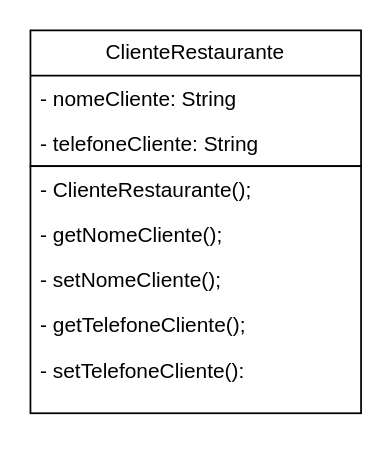
This is UMLs/ClienteRestaurante.drawio from Gotoxico/RestaurantePOO2, a draw.io file, before an edit. Source tidied: cells renumbered, new cells numbered last; positions are measured from the earlier drawing's top-left corner, leaving out a move shared by most shapes. Both pictures are drawn from the tidied source at 174%, with x=0, y=0 at pixel (30, 30).
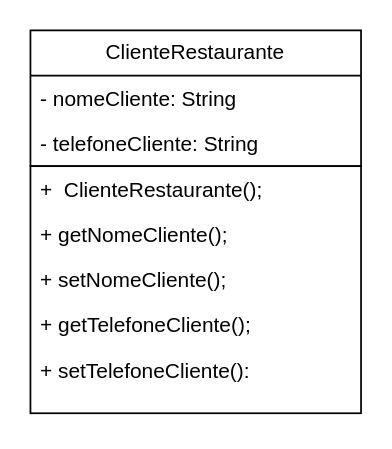
Above is the later version.

Change to the diagram source:
```diff
@@
 <mxGraphModel>
   <root>
     <mxCell id="0" />
     <mxCell id="1" parent="0" />
     <mxCell id="2" value="ClienteRestaurante" style="swimlane;fontStyle=0;horizontal=1;startSize=26;fillColor=none;whiteSpace=wrap;html=1;" parent="1" vertex="1">
       <mxGeometry width="190" height="78" as="geometry" />
     </mxCell>
     <mxCell id="3" value="- nomeCliente: String&lt;div&gt;&lt;br&gt;&lt;/div&gt;" style="text;strokeColor=none;fillColor=none;align=left;verticalAlign=top;spacingLeft=4;spacingRight=4;overflow=hidden;whiteSpace=wrap;html=1;" parent="2" vertex="1">
       <mxGeometry y="26" width="190" height="26" as="geometry" />
     </mxCell>
     <mxCell id="4" value="- telefoneCliente: String" style="text;strokeColor=none;fillColor=none;align=left;verticalAlign=top;spacingLeft=4;spacingRight=4;overflow=hidden;whiteSpace=wrap;html=1;" parent="2" vertex="1">
       <mxGeometry y="52" width="190" height="26" as="geometry" />
     </mxCell>
     <mxCell id="5" value="&lt;div&gt;&lt;br&gt;&lt;/div&gt;" style="text;strokeColor=default;fillColor=none;align=left;verticalAlign=top;spacingLeft=4;spacingRight=4;overflow=hidden;whiteSpace=wrap;html=1;" parent="1" vertex="1">
       <mxGeometry y="78" width="190" height="142" as="geometry" />
     </mxCell>
-    <mxCell id="6" value="&lt;div&gt;- ClienteRestaurante();&lt;/div&gt;" style="text;strokeColor=none;fillColor=none;align=left;verticalAlign=top;spacingLeft=4;spacingRight=4;overflow=hidden;whiteSpace=wrap;html=1;" parent="1" vertex="1">
+    <mxCell id="6" value="&lt;div&gt;+&amp;nbsp; ClienteRestaurante();&lt;/div&gt;" style="text;strokeColor=none;fillColor=none;align=left;verticalAlign=top;spacingLeft=4;spacingRight=4;overflow=hidden;whiteSpace=wrap;html=1;" parent="1" vertex="1">
       <mxGeometry y="78" width="190" height="26" as="geometry" />
     </mxCell>
-    <mxCell id="7" value="- getNomeCliente();" style="text;strokeColor=none;fillColor=none;align=left;verticalAlign=top;spacingLeft=4;spacingRight=4;overflow=hidden;whiteSpace=wrap;html=1;" parent="1" vertex="1">
+    <mxCell id="7" value="+ getNomeCliente();" style="text;strokeColor=none;fillColor=none;align=left;verticalAlign=top;spacingLeft=4;spacingRight=4;overflow=hidden;whiteSpace=wrap;html=1;" parent="1" vertex="1">
       <mxGeometry y="104" width="190" height="26" as="geometry" />
     </mxCell>
-    <mxCell id="8" value="&lt;div&gt;- setNomeCliente();&lt;/div&gt;" style="text;strokeColor=none;fillColor=none;align=left;verticalAlign=top;spacingLeft=4;spacingRight=4;overflow=hidden;whiteSpace=wrap;html=1;" parent="1" vertex="1">
+    <mxCell id="8" value="&lt;div&gt;+ setNomeCliente();&lt;/div&gt;" style="text;strokeColor=none;fillColor=none;align=left;verticalAlign=top;spacingLeft=4;spacingRight=4;overflow=hidden;whiteSpace=wrap;html=1;" parent="1" vertex="1">
       <mxGeometry y="130" width="190" height="26" as="geometry" />
     </mxCell>
-    <mxCell id="9" value="- getTelefoneCliente();" style="text;strokeColor=none;fillColor=none;align=left;verticalAlign=top;spacingLeft=4;spacingRight=4;overflow=hidden;whiteSpace=wrap;html=1;" parent="1" vertex="1">
+    <mxCell id="9" value="+ getTelefoneCliente();" style="text;strokeColor=none;fillColor=none;align=left;verticalAlign=top;spacingLeft=4;spacingRight=4;overflow=hidden;whiteSpace=wrap;html=1;" parent="1" vertex="1">
       <mxGeometry y="156" width="190" height="26" as="geometry" />
     </mxCell>
-    <mxCell id="10" value="- setTelefoneCliente():&lt;div&gt;&lt;br&gt;&lt;/div&gt;" style="text;strokeColor=none;fillColor=none;align=left;verticalAlign=top;spacingLeft=4;spacingRight=4;overflow=hidden;whiteSpace=wrap;html=1;" parent="1" vertex="1">
+    <mxCell id="10" value="+ setTelefoneCliente():&lt;div&gt;&lt;br&gt;&lt;/div&gt;" style="text;strokeColor=none;fillColor=none;align=left;verticalAlign=top;spacingLeft=4;spacingRight=4;overflow=hidden;whiteSpace=wrap;html=1;" parent="1" vertex="1">
       <mxGeometry y="182" width="190" height="26" as="geometry" />
     </mxCell>
   </root>
 </mxGraphModel>
```
